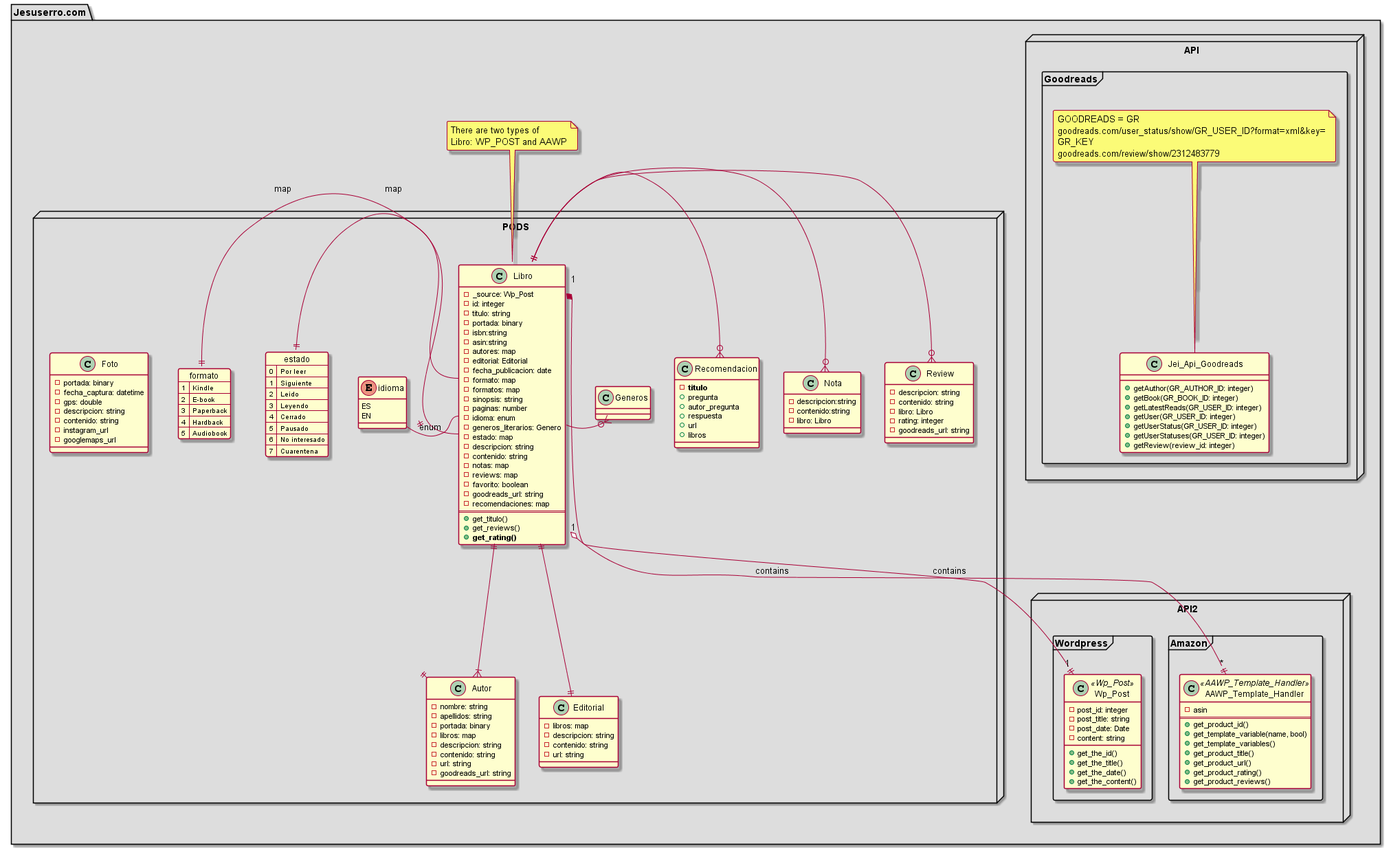
libricos-com/libricos keeps this PlantUML diagram as docs/diagrams/out/app.png. Above is the earlier version.
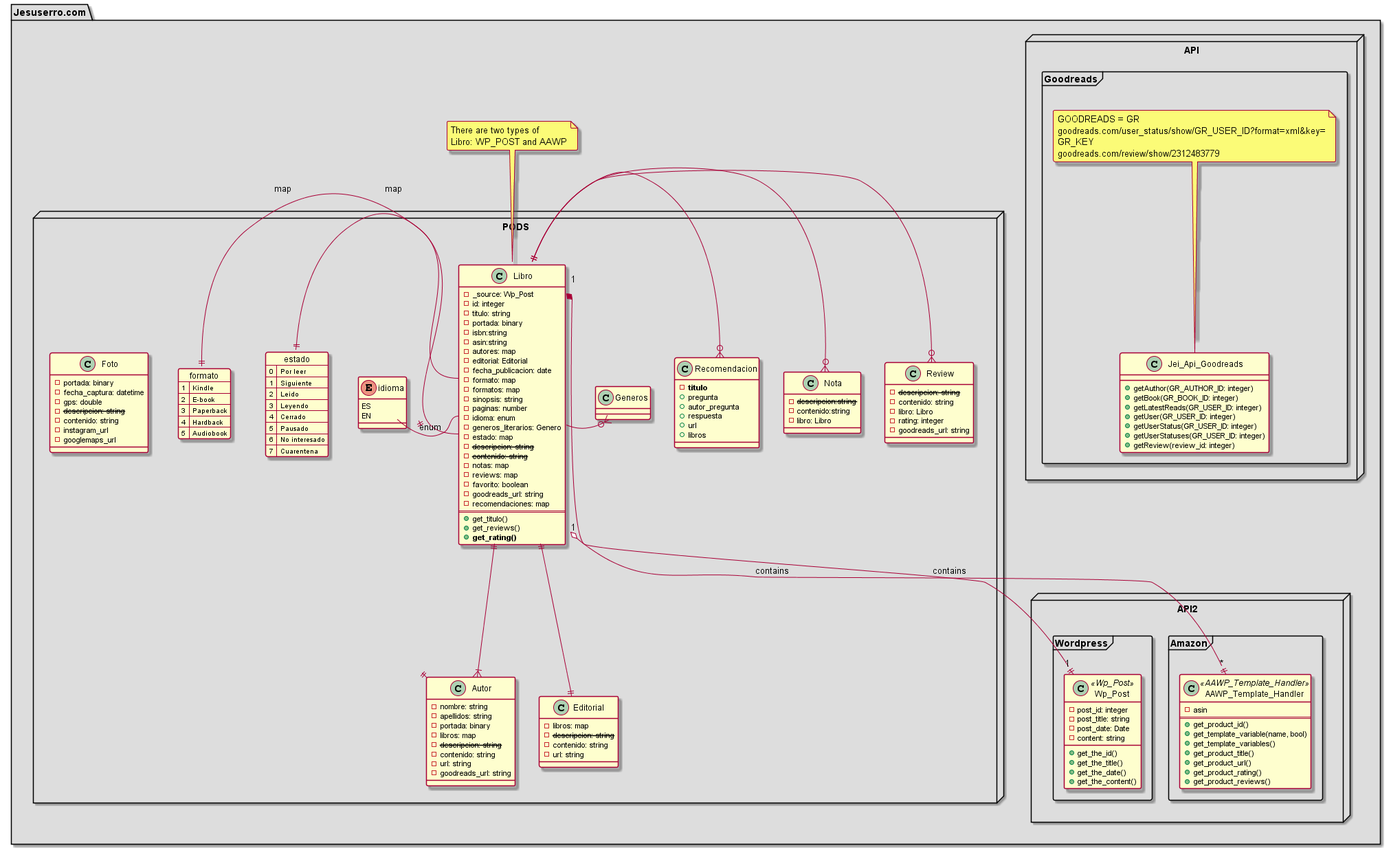
After the commit.

Commit message:
docs(UML): Added sequence diagram

Change to the diagram source:
```diff
@@ -52,8 +52,8 @@
             - idioma: enum
             - generos_literarios: Genero
             - estado: map
-            - descripcion: string
-            - contenido: string
+            - <strike>descripcion: string</strike>
+            - <strike>contenido: string</strike>
             - notas: map
             - reviews: map
             - favorito: boolean
@@ -66,7 +66,7 @@
         }
 
         class Review {
-            - descripcion: string
+            - <strike>descripcion: string</strike>
             - contenido: string
             - libro: Libro
             - rating: integer
@@ -74,7 +74,7 @@
         }
 
         class Nota {
-            - descripcion:string
+            - <strike>descripcion:string</strike>
             - contenido:string
             - libro: Libro
         }
@@ -84,7 +84,7 @@
             - apellidos: string
             - portada: binary
             - libros: map
-            - descripcion: string
+            - <strike>descripcion: string</strike>
             - contenido: string
             - url: string
             - goodreads_url: string
@@ -92,7 +92,7 @@
 
         class Editorial{
             - libros: map
-            - descripcion: string
+            - <strike>descripcion: string</strike>
             - contenido: string
             - url: string
         }
@@ -110,7 +110,7 @@
             - portada: binary
             - fecha_captura: datetime
             - gps: double
-            - descripcion: string
+            - <strike>descripcion: string</strike>
             - contenido: string
             - instagram_url
             - googlemaps_url
```
